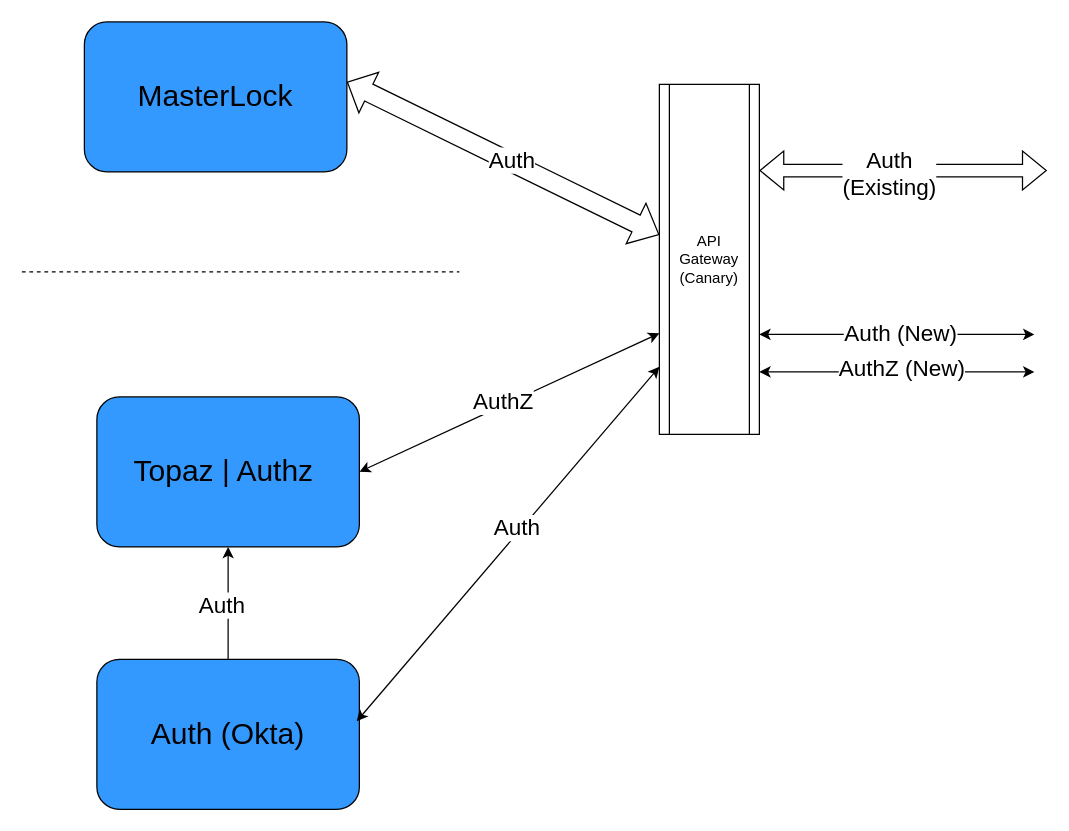
This is assets/FreshBooksFutureVision.drawio from FrancisChung/permission-impossible-dead-reckoning-pain, a draw.io file, before an edit. Source tidied: cells renumbered, new cells numbered last; positions are measured from the earlier drawing's top-left corner, leaving out a move shared by most shapes. Both pictures are drawn from the tidied source at 125%, with x=0, y=0 at pixel (21, 21).
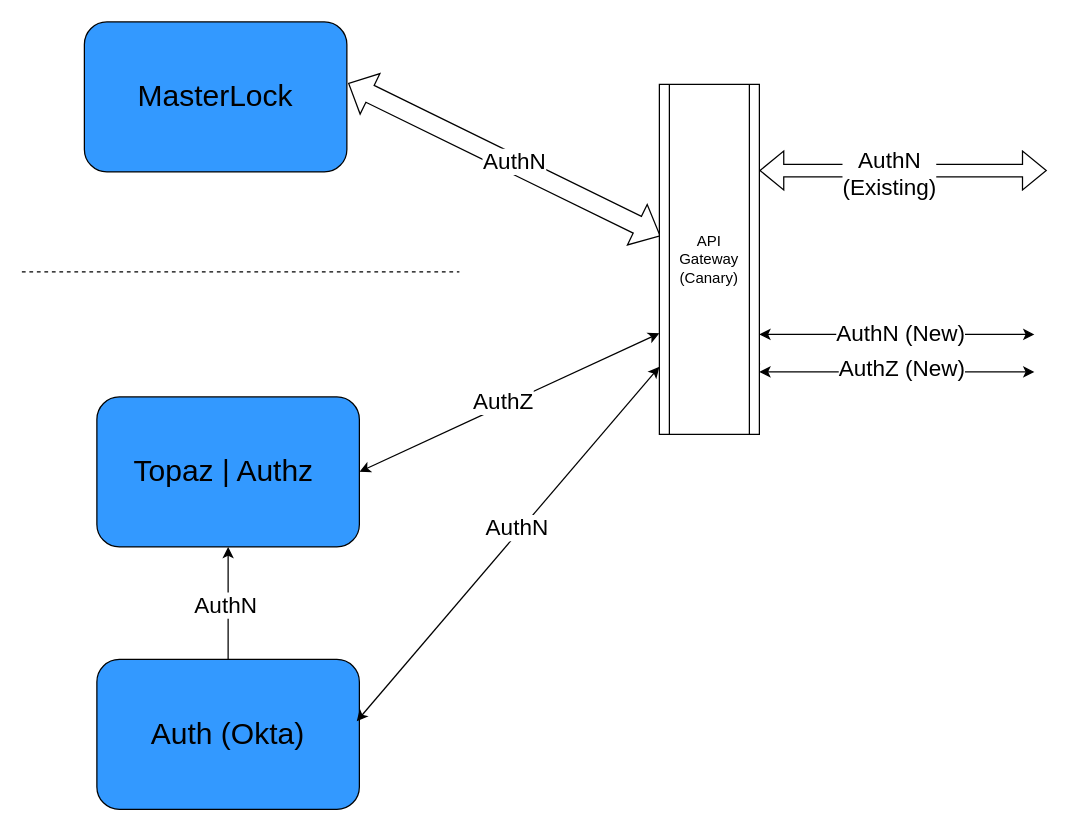
The same diagram, later.

Commit message (it also covers changes not shown here):
New Future Vision Diagram

Unchanged cells that the change refers to:
```xml
<mxCell id="12" value="API&lt;div&gt;Gateway&lt;/div&gt;&lt;div&gt;(Canary)&lt;/div&gt;" style="shape=process;whiteSpace=wrap;html=1;backgroundOutline=1;" parent="1" vertex="1">
  <mxGeometry x="510" y="50" width="80" height="280" as="geometry" />
</mxCell>
```

What changed in the source:
```diff
@@
-    <mxCell id="9" style="shape=flexArrow;endArrow=classic;startArrow=classic;html=1;rounded=0;exitX=1.029;exitY=0.4;exitDx=0;exitDy=0;exitPerimeter=0;width=15;endSize=6.42;" parent="1" edge="1" target="12">
+    <mxCell id="9" style="shape=flexArrow;endArrow=classic;startArrow=classic;html=1;rounded=0;exitX=1.029;exitY=0.4;exitDx=0;exitDy=0;exitPerimeter=0;width=15;endSize=6.42;" parent="1" edge="1">
       <mxGeometry relative="1" as="geometry">
-        <mxPoint x="260" y="48" as="sourcePoint" />
+        <mxPoint x="261" y="49" as="sourcePoint" />
+        <mxPoint x="511" y="171.4" as="targetPoint" />
       </mxGeometry>
     </mxCell>
-    <mxCell id="10" value="Auth" style="edgeLabel;html=1;align=center;verticalAlign=middle;fontSize=18;" parent="9" vertex="1">
+    <mxCell id="10" value="AuthN" style="edgeLabel;html=1;align=center;verticalAlign=middle;fontSize=18;" parent="9" vertex="1">
       <mxGeometry x="-0.16" y="9" relative="1" as="geometry">
-        <mxPoint x="22" y="19" as="offset" />
+        <mxPoint x="23" y="19" as="offset" />
       </mxGeometry>
     </mxCell>
@@
-    <mxCell id="14" value="Auth" style="edgeLabel;html=1;align=center;verticalAlign=middle;fontSize=18;" parent="1" vertex="1">
+    <mxCell id="14" value="AuthN" style="edgeLabel;html=1;align=center;verticalAlign=middle;fontSize=18;" parent="1" vertex="1">
       <mxGeometry x="400.1" y="119.9" as="geometry">
         <mxPoint x="-5" y="285" as="offset" />
       </mxGeometry>
     </mxCell>
-    <mxCell id="15" value="Auth" style="edgeLabel;html=1;align=center;verticalAlign=middle;fontSize=18;" parent="1" vertex="1">
-      <mxGeometry x="400.1" y="119.9" as="geometry">
+    <mxCell id="15" value="AuthN" style="edgeLabel;html=1;align=center;verticalAlign=middle;fontSize=18;" parent="1" vertex="1">
+      <mxGeometry x="403.1" y="119.9" as="geometry">
         <mxPoint x="-241" y="347" as="offset" />
       </mxGeometry>
     </mxCell>
@@
-    <mxCell id="20" value="Auth&lt;div&gt;(Existing)&lt;/div&gt;" style="edgeLabel;html=1;align=center;verticalAlign=middle;fontSize=18;" parent="1" vertex="1">
+    <mxCell id="20" value="AuthN&lt;div&gt;(Existing)&lt;/div&gt;" style="edgeLabel;html=1;align=center;verticalAlign=middle;fontSize=18;" parent="1" vertex="1">
       <mxGeometry x="400.1" y="119.9" as="geometry">
         <mxPoint x="293" y="2" as="offset" />
       </mxGeometry>
     </mxCell>
-    <mxCell id="21" value="Auth (New)" style="edgeLabel;html=1;align=center;verticalAlign=middle;fontSize=18;" parent="1" vertex="1">
+    <mxCell id="21" value="AuthN (New)" style="edgeLabel;html=1;align=center;verticalAlign=middle;fontSize=18;" parent="1" vertex="1">
       <mxGeometry x="415" y="120" as="geometry">
         <mxPoint x="287" y="129" as="offset" />
       </mxGeometry>
     </mxCell>
```
